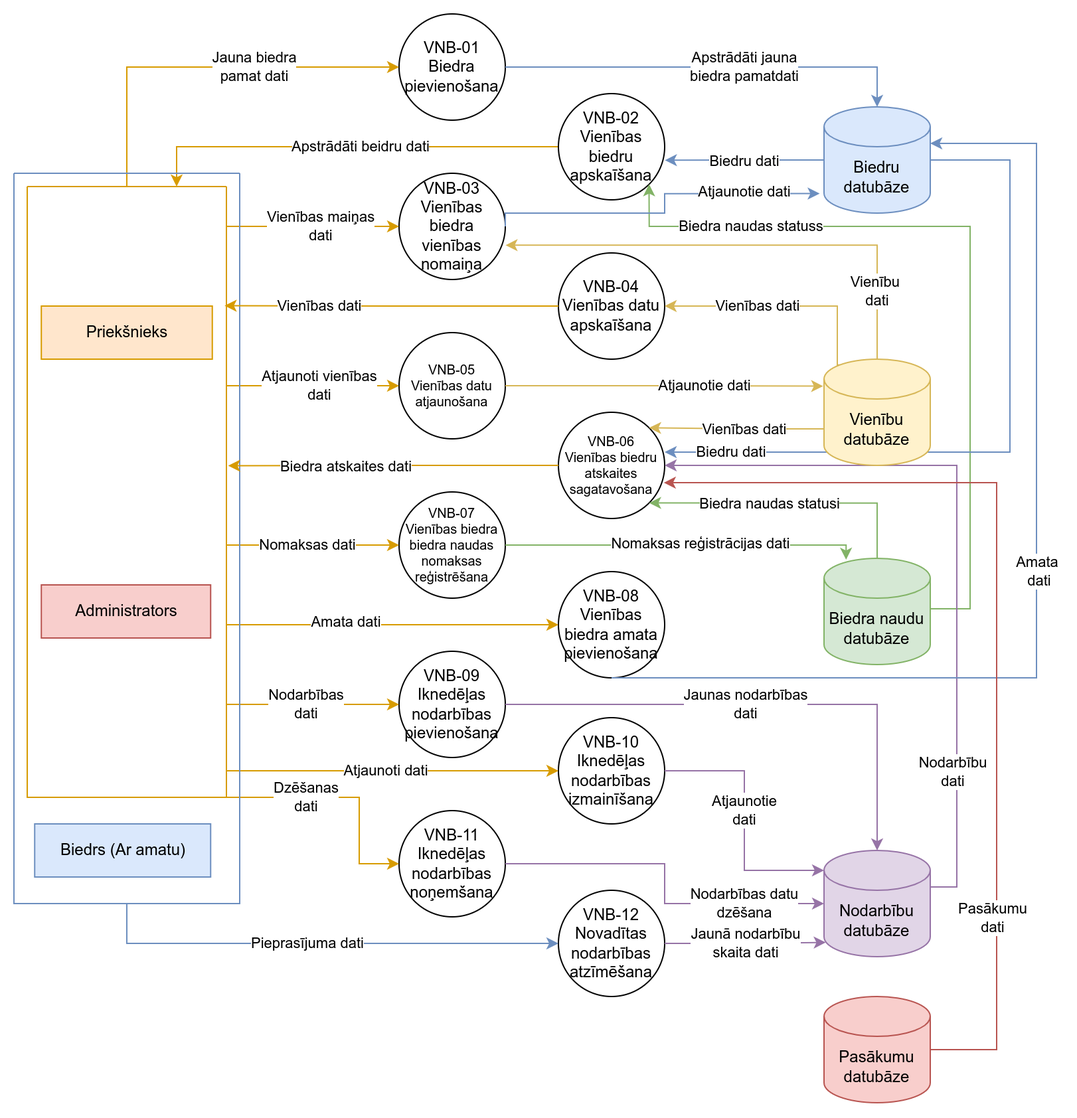
This is Documentation/2_limena_VNB_DPD.png from JekabsVanags/LSGCO_IS, a draw.io export, as it was before one commit. Source tidied: cells renumbered, new cells last; positions are measured from the earlier drawing's top-left corner, leaving out a move shared by most shapes.
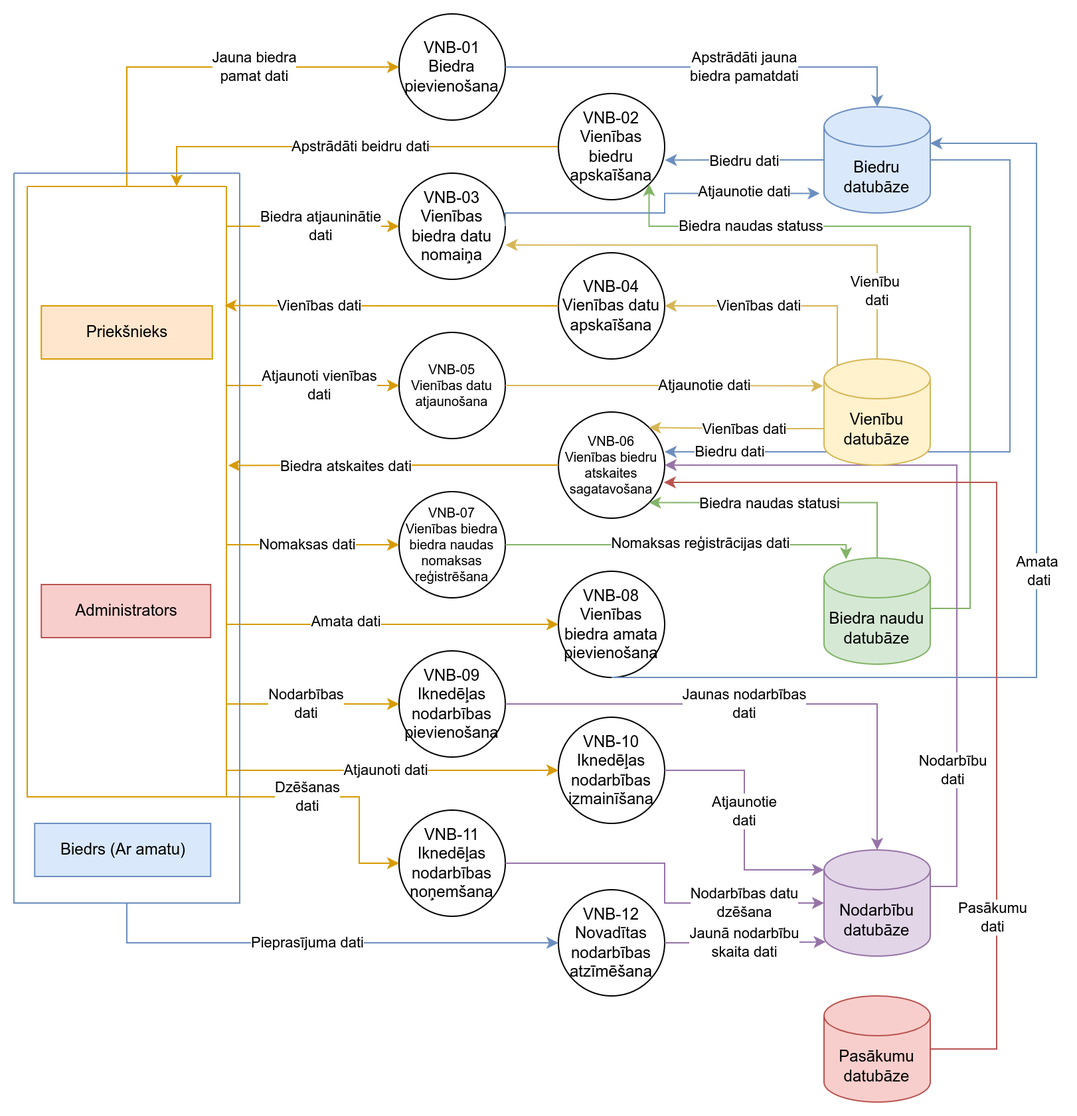
After the commit.

The edit, as a diff of the source:
```diff
@@ -5,7 +5,7 @@
     <mxCell id="2" value="VNB-01&lt;br&gt;Biedra pievienošana" style="ellipse;whiteSpace=wrap;html=1;" parent="1" vertex="1">
       <mxGeometry x="290" width="80" height="80" as="geometry" />
     </mxCell>
-    <mxCell id="3" value="VNB-03&lt;br&gt;Vienības biedra vienības nomaiņa" style="ellipse;whiteSpace=wrap;html=1;" parent="1" vertex="1">
+    <mxCell id="3" value="VNB-03&lt;br&gt;Vienības biedra datu nomaiņa" style="ellipse;whiteSpace=wrap;html=1;" parent="1" vertex="1">
       <mxGeometry x="290" y="120" width="80" height="80" as="geometry" />
     </mxCell>
     <mxCell id="4" value="VNB-05&lt;br&gt;Vienības datu atjaunošana" style="ellipse;whiteSpace=wrap;html=1;fontSize=10;" parent="1" vertex="1">
@@ -165,7 +165,7 @@
         </Array>
       </mxGeometry>
     </mxCell>
-    <mxCell id="38" value="Vienības maiņas&lt;br&gt;dati" style="edgeLabel;html=1;align=center;verticalAlign=middle;" parent="37" vertex="1">
+    <mxCell id="38" value="Biedra atjauninātie &lt;br&gt;dati" style="edgeLabel;html=1;align=center;verticalAlign=middle;" parent="37" vertex="1">
       <mxGeometry x="0.29" y="-1" relative="1" as="geometry">
         <mxPoint x="16" y="-1" as="offset" />
       </mxGeometry>
```
